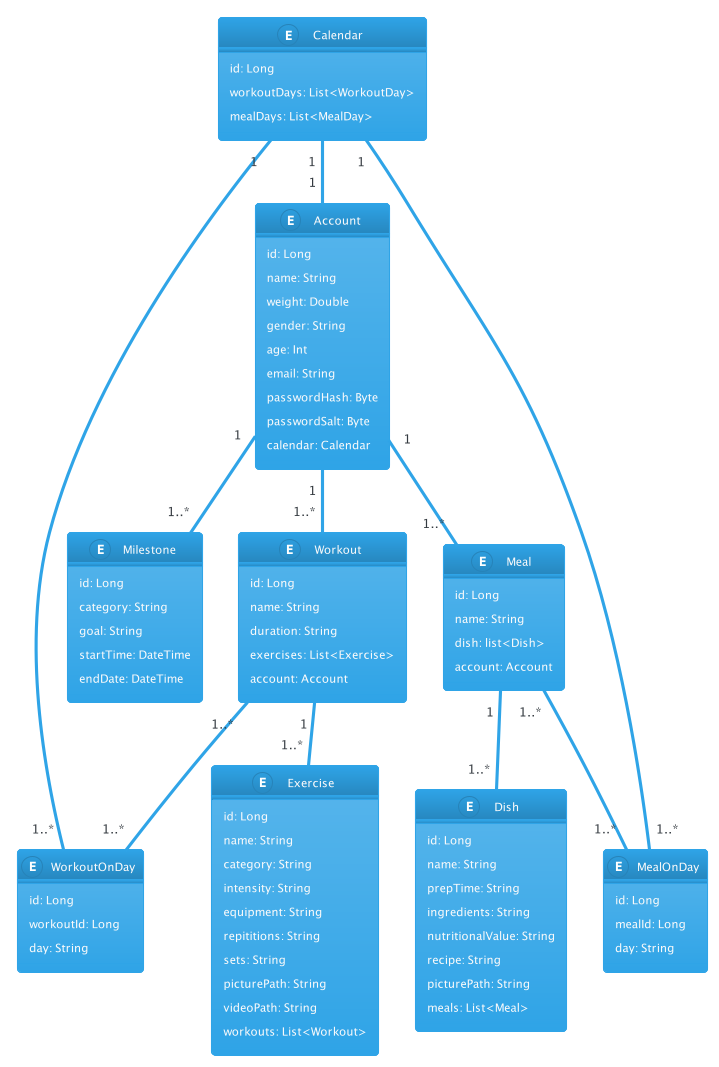
This is out/UML/PlanUML/ERdiagram/ERdiagram.png from MartinStokholm/PRJ4_Repo, a PlantUML export, as it was before one commit.
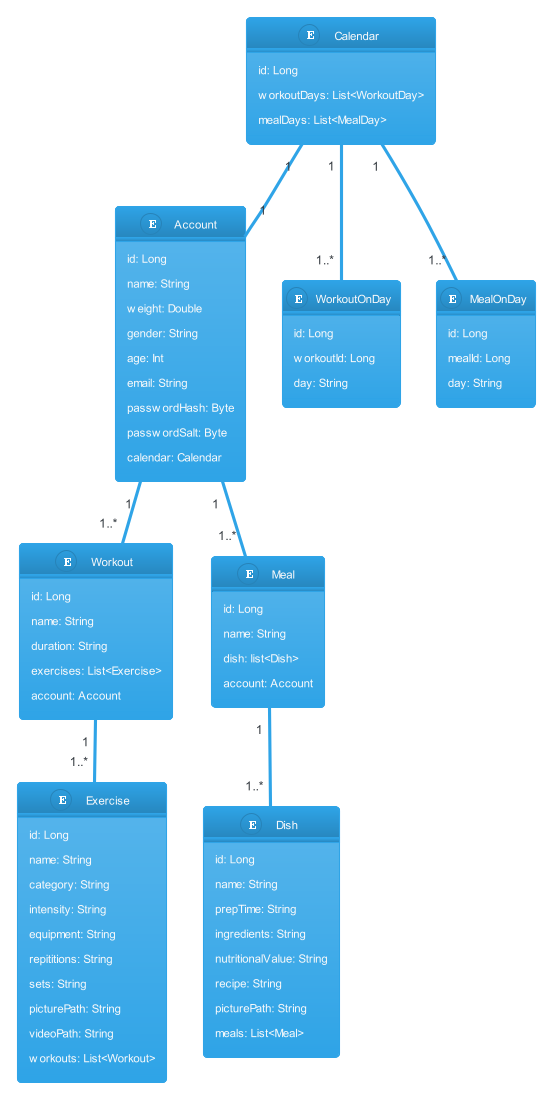
After the commit.

Change to the diagram source:
```diff
@@ -54,14 +54,6 @@
     workouts: List<Workout>
 }
 
-entity Milestone{
-    id: Long
-    category: String
-    goal: String
-    startTime: DateTime
-    endDate: DateTime
-}
-
 entity WorkoutOnDay{
     id: Long
     workoutId: Long
@@ -80,11 +72,9 @@
 Account "1" -- "1..*" Meal
 Meal "1" -- "1..*" Dish
 Workout "1" -- "1..*" Exercise
-Account "1" -- "1..*" Milestone
 Calendar "1" -- "1..*" WorkoutOnDay
 Calendar "1" -- "1..*" MealOnDay
-Meal "1..*" -- "1..*" MealOnDay
-Workout "1..*" -- "1..*" WorkoutOnDay
+
 
 
 @enduml
```
